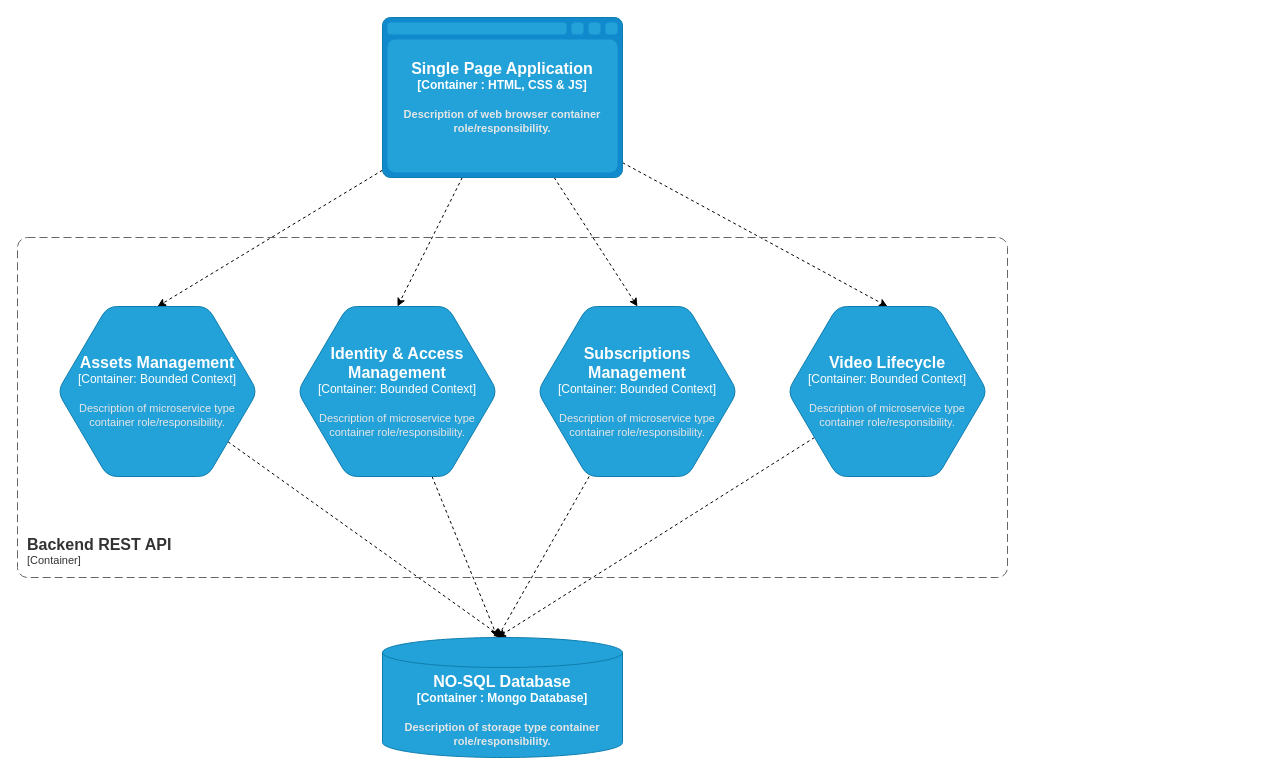
Before: page "Página-3" (3 of 6) of drawio-diagrams/Organigrama.drawio in PR2022027/.github, a draw.io diagram. Source tidied: cells renumbered, new cells numbered last; positions are measured from the earlier drawing's top-left corner, leaving out a move shared by most shapes. Both pictures are drawn from the tidied source at 100%, with x=0, y=0 at pixel (17, 17).
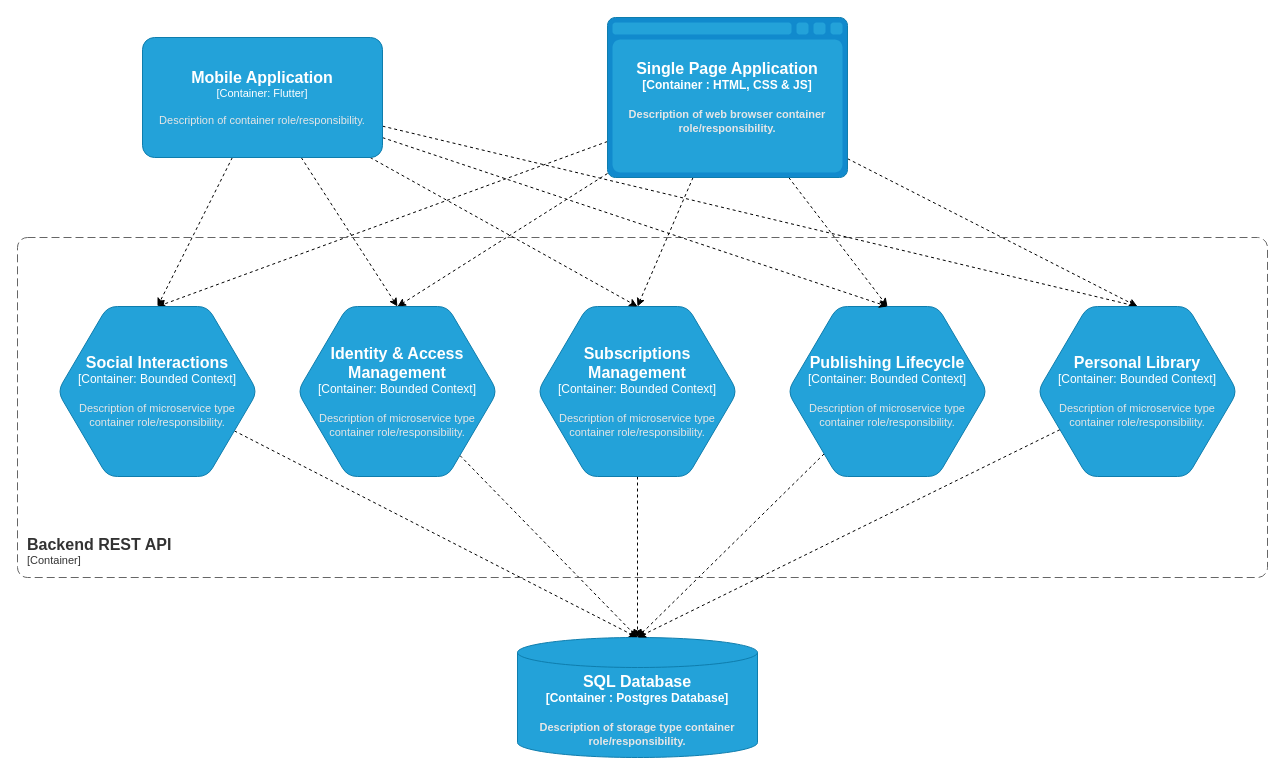
The same diagram, later.

The change refers to these unchanged cells:
```xml
<object id="10" label="&lt;font style=&quot;font-size: 16px&quot;&gt;&lt;b&gt;%c4Type%&lt;/b&gt;&lt;/font&gt;&lt;div&gt;[%c4Container%:&amp;nbsp;%c4Technology%]&lt;/div&gt;&lt;br&gt;&lt;div&gt;&lt;font style=&quot;font-size: 11px&quot;&gt;&lt;font color=&quot;#E6E6E6&quot;&gt;%c4Description%&lt;/font&gt;&lt;/div&gt;" c4Container="Container" c4Description="Description of microservice type container role/responsibility." c4Technology="Bounded Context" c4Type="Identity &amp; Access Management" placeholders="1">
  <mxCell style="shape=hexagon;size=50;perimeter=hexagonPerimeter2;whiteSpace=wrap;html=1;fixedSize=1;rounded=1;labelBackgroundColor=none;fillColor=#23A2D9;fontSize=12;fontColor=#ffffff;align=center;strokeColor=#0E7DAD;points=[[0.5,0,0],[1,0.25,0],[1,0.5,0],[1,0.75,0],[0.5,1,0],[0,0.75,0],[0,0.5,0],[0,0.25,0]];" parent="1" vertex="1">
    <mxGeometry x="280" y="289" width="200" height="170" as="geometry" />
  </mxCell>
</object>
<object id="14" label="&lt;font style=&quot;font-size: 16px&quot;&gt;&lt;b&gt;%c4Type%&lt;/b&gt;&lt;/font&gt;&lt;div&gt;[%c4Container%:&amp;nbsp;%c4Technology%]&lt;/div&gt;&lt;br&gt;&lt;div&gt;&lt;font style=&quot;font-size: 11px&quot;&gt;&lt;font color=&quot;#E6E6E6&quot;&gt;%c4Description%&lt;/font&gt;&lt;/div&gt;" c4Container="Container" c4Description="Description of microservice type container role/responsibility." c4Technology="Bounded Context" c4Type="Subscriptions Management" placeholders="1">
  <mxCell style="shape=hexagon;size=50;perimeter=hexagonPerimeter2;whiteSpace=wrap;html=1;fixedSize=1;rounded=1;labelBackgroundColor=none;fillColor=#23A2D9;fontSize=12;fontColor=#ffffff;align=center;strokeColor=#0E7DAD;points=[[0.5,0,0],[1,0.25,0],[1,0.5,0],[1,0.75,0],[0.5,1,0],[0,0.75,0],[0,0.5,0],[0,0.25,0]];" parent="1" vertex="1">
    <mxGeometry x="520" y="289" width="200" height="170" as="geometry" />
  </mxCell>
</object>
```

The edit, as a diff of the source:
```diff
@@
+    <mxCell id="17" style="rounded=0;jettySize=auto;html=1;entryX=0.5;entryY=0;entryDx=0;entryDy=0;entryPerimeter=0;dashed=1;" parent="1" edge="1" source="6" target="25">
+      <mxGeometry relative="1" as="geometry" />
+    </mxCell>
     <object id="6" label="&lt;font style=&quot;font-size: 16px&quot;&gt;&lt;b&gt;%c4Type%&lt;/font&gt;&lt;div&gt;[%c4Container%:&amp;nbsp;%c4Technology%]&lt;/div&gt;&lt;br&gt;&lt;div&gt;&lt;font style=&quot;font-size: 11px&quot;&gt;&lt;font color=&quot;#E6E6E6&quot;&gt;%c4Description%&lt;/font&gt;&lt;/div&gt;" c4Container="Container " c4Description="Description of web browser container role/responsibility." c4Technology="HTML, CSS &amp; JS" c4Type="Single Page Application" placeholders="1">
       <mxCell style="shape=mxgraph.c4.webBrowserContainer2;whiteSpace=wrap;html=1;boundedLbl=1;rounded=0;labelBackgroundColor=none;strokeColor=#118ACD;fillColor=#23A2D9;strokeColor=#118ACD;strokeColor2=#0E7DAD;fontSize=12;fontColor=#ffffff;align=center;points=[[0.5,0,0],[1,0.25,0],[1,0.5,0],[1,0.75,0],[0.5,1,0],[0,0.75,0],[0,0.5,0],[0,0.25,0]];" parent="1" vertex="1">
-        <mxGeometry x="365" width="240" height="160" as="geometry" />
+        <mxGeometry x="590" width="240" height="160" as="geometry" />
       </mxCell>
     </object>
@@
-    <object id="8" label="&lt;font style=&quot;font-size: 16px&quot;&gt;&lt;b&gt;%c4Type%&lt;/b&gt;&lt;/font&gt;&lt;div&gt;[%c4Container%:&amp;nbsp;%c4Technology%]&lt;/div&gt;&lt;br&gt;&lt;div&gt;&lt;font style=&quot;font-size: 11px&quot;&gt;&lt;font color=&quot;#E6E6E6&quot;&gt;%c4Description%&lt;/font&gt;&lt;/div&gt;" c4Container="Container" c4Description="Description of microservice type container role/responsibility." c4Technology="Bounded Context" c4Type="Assets Management" placeholders="1">
+    <object id="8" label="&lt;font style=&quot;font-size: 16px&quot;&gt;&lt;b&gt;%c4Type%&lt;/b&gt;&lt;/font&gt;&lt;div&gt;[%c4Container%:&amp;nbsp;%c4Technology%]&lt;/div&gt;&lt;br&gt;&lt;div&gt;&lt;font style=&quot;font-size: 11px&quot;&gt;&lt;font color=&quot;#E6E6E6&quot;&gt;%c4Description%&lt;/font&gt;&lt;/div&gt;" c4Container="Container" c4Description="Description of microservice type container role/responsibility." c4Technology="Bounded Context" c4Type="Social Interactions" placeholders="1">
       <mxCell style="shape=hexagon;size=50;perimeter=hexagonPerimeter2;whiteSpace=wrap;html=1;fixedSize=1;rounded=1;labelBackgroundColor=none;fillColor=#23A2D9;fontSize=12;fontColor=#ffffff;align=center;strokeColor=#0E7DAD;points=[[0.5,0,0],[1,0.25,0],[1,0.5,0],[1,0.75,0],[0.5,1,0],[0,0.75,0],[0,0.5,0],[0,0.25,0]];" parent="1" vertex="1">
         <mxGeometry x="40" y="289" width="200" height="170" as="geometry" />
       </mxCell>
     </object>
-    <mxCell id="9" style="edgeStyle=none;rounded=0;jettySize=auto;html=1;dashed=1;" parent="1" edge="1" source="10">
-      <mxGeometry relative="1" as="geometry">
-        <mxPoint x="480" y="620" as="targetPoint" />
-      </mxGeometry>
+    <mxCell id="9" style="edgeStyle=none;rounded=0;jettySize=auto;html=1;dashed=1;entryX=0.5;entryY=0;entryDx=0;entryDy=0;entryPerimeter=0;" parent="1" edge="1" source="10" target="16">
+      <mxGeometry relative="1" as="geometry" />
     </mxCell>
@@
-    <mxCell id="11" style="edgeStyle=none;rounded=0;jettySize=auto;html=1;dashed=1;" parent="1" edge="1" source="12">
-      <mxGeometry relative="1" as="geometry">
-        <mxPoint x="480" y="620" as="targetPoint" />
-      </mxGeometry>
+    <mxCell id="11" style="edgeStyle=none;rounded=0;jettySize=auto;html=1;dashed=1;entryX=0.5;entryY=0;entryDx=0;entryDy=0;entryPerimeter=0;" parent="1" edge="1" source="12" target="16">
+      <mxGeometry relative="1" as="geometry" />
     </mxCell>
-    <object id="12" label="&lt;font style=&quot;font-size: 16px&quot;&gt;&lt;b&gt;%c4Type%&lt;/b&gt;&lt;/font&gt;&lt;div&gt;[%c4Container%:&amp;nbsp;%c4Technology%]&lt;/div&gt;&lt;br&gt;&lt;div&gt;&lt;font style=&quot;font-size: 11px&quot;&gt;&lt;font color=&quot;#E6E6E6&quot;&gt;%c4Description%&lt;/font&gt;&lt;/div&gt;" c4Container="Container" c4Description="Description of microservice type container role/responsibility." c4Technology="Bounded Context" c4Type="Video Lifecycle" placeholders="1">
+    <object id="12" label="&lt;font style=&quot;font-size: 16px&quot;&gt;&lt;b&gt;%c4Type%&lt;/b&gt;&lt;/font&gt;&lt;div&gt;[%c4Container%:&amp;nbsp;%c4Technology%]&lt;/div&gt;&lt;br&gt;&lt;div&gt;&lt;font style=&quot;font-size: 11px&quot;&gt;&lt;font color=&quot;#E6E6E6&quot;&gt;%c4Description%&lt;/font&gt;&lt;/div&gt;" c4Container="Container" c4Description="Description of microservice type container role/responsibility." c4Technology="Bounded Context" c4Type="Publishing Lifecycle" placeholders="1">
       <mxCell style="shape=hexagon;size=50;perimeter=hexagonPerimeter2;whiteSpace=wrap;html=1;fixedSize=1;rounded=1;labelBackgroundColor=none;fillColor=#23A2D9;fontSize=12;fontColor=#ffffff;align=center;strokeColor=#0E7DAD;points=[[0.5,0,0],[1,0.25,0],[1,0.5,0],[1,0.75,0],[0.5,1,0],[0,0.75,0],[0,0.5,0],[0,0.25,0]];" parent="1" vertex="1">
         <mxGeometry x="770" y="289" width="200" height="170" as="geometry" />
       </mxCell>
     </object>
-    <mxCell id="13" style="edgeStyle=none;rounded=0;jettySize=auto;html=1;dashed=1;" parent="1" edge="1" source="14">
-      <mxGeometry relative="1" as="geometry">
-        <mxPoint x="480" y="620" as="targetPoint" />
-      </mxGeometry>
+    <mxCell id="13" style="edgeStyle=none;rounded=0;jettySize=auto;html=1;dashed=1;entryX=0.5;entryY=0;entryDx=0;entryDy=0;entryPerimeter=0;" parent="1" edge="1" source="14" target="16">
+      <mxGeometry relative="1" as="geometry" />
     </mxCell>
@@
     <object id="15" label="&lt;font style=&quot;font-size: 16px&quot;&gt;&lt;b&gt;&lt;div style=&quot;text-align: left&quot;&gt;%c4Name%&lt;/div&gt;&lt;/b&gt;&lt;/font&gt;&lt;div style=&quot;text-align: left&quot;&gt;[%c4Application%]&lt;/div&gt;" c4Application="Container" c4Name="Backend REST API" placeholders="1">
       <mxCell style="rounded=1;fontSize=11;whiteSpace=wrap;html=1;dashed=1;arcSize=20;fillColor=none;strokeColor=#666666;fontColor=#333333;labelBackgroundColor=none;align=left;verticalAlign=bottom;labelBorderColor=none;spacingTop=0;spacing=10;dashPattern=8 4;perimeter=rectanglePerimeter;noLabel=0;labelPadding=0;absoluteArcSize=1;" parent="1" vertex="1">
-        <mxGeometry y="220" width="990" height="340" as="geometry" />
+        <mxGeometry y="220" width="1250" height="340" as="geometry" />
       </mxCell>
     </object>
-    <object id="16" label="&lt;font style=&quot;font-size: 16px&quot;&gt;&lt;b&gt;%c4Type%&lt;/font&gt;&lt;div&gt;[%c4Container%:&amp;nbsp;%c4Technology%]&lt;/div&gt;&lt;br&gt;&lt;div&gt;&lt;font style=&quot;font-size: 11px&quot;&gt;&lt;font color=&quot;#E6E6E6&quot;&gt;%c4Description%&lt;/font&gt;&lt;/div&gt;" c4Container="Container " c4Description="Description of storage type container role/responsibility." c4Technology="Mongo Database" c4Type="NO-SQL Database" placeholders="1">
+    <object id="16" label="&lt;font style=&quot;font-size: 16px&quot;&gt;&lt;b&gt;%c4Type%&lt;/font&gt;&lt;div&gt;[%c4Container%:&amp;nbsp;%c4Technology%]&lt;/div&gt;&lt;br&gt;&lt;div&gt;&lt;font style=&quot;font-size: 11px&quot;&gt;&lt;font color=&quot;#E6E6E6&quot;&gt;%c4Description%&lt;/font&gt;&lt;/div&gt;" c4Container="Container " c4Description="Description of storage type container role/responsibility." c4Technology="Postgres Database" c4Type="SQL Database" placeholders="1">
       <mxCell style="shape=cylinder3;size=15;whiteSpace=wrap;html=1;boundedLbl=1;rounded=0;labelBackgroundColor=none;fillColor=#23A2D9;fontSize=12;fontColor=#ffffff;align=center;strokeColor=#0E7DAD;points=[[0.5,0,0],[1,0.25,0],[1,0.5,0],[1,0.75,0],[0.5,1,0],[0,0.75,0],[0,0.5,0],[0,0.25,0]];" parent="1" vertex="1">
-        <mxGeometry x="365" y="620" width="240" height="120" as="geometry" />
+        <mxGeometry x="500" y="620" width="240" height="120" as="geometry" />
       </mxCell>
     </object>
+    <mxCell id="18" style="edgeStyle=none;rounded=0;jettySize=auto;html=1;entryX=0.5;entryY=0;entryDx=0;entryDy=0;entryPerimeter=0;dashed=1;" parent="1" edge="1" source="23" target="8">
+      <mxGeometry relative="1" as="geometry" />
+    </mxCell>
+    <mxCell id="19" style="edgeStyle=none;rounded=0;jettySize=auto;html=1;entryX=0.5;entryY=0;entryDx=0;entryDy=0;entryPerimeter=0;dashed=1;" parent="1" edge="1" source="23" target="10">
+      <mxGeometry relative="1" as="geometry" />
+    </mxCell>
+    <mxCell id="20" style="edgeStyle=none;rounded=0;jettySize=auto;html=1;entryX=0.5;entryY=0;entryDx=0;entryDy=0;entryPerimeter=0;dashed=1;" parent="1" edge="1" source="23" target="14">
+      <mxGeometry relative="1" as="geometry" />
+    </mxCell>
+    <mxCell id="21" style="edgeStyle=none;rounded=0;jettySize=auto;html=1;entryX=0.5;entryY=0;entryDx=0;entryDy=0;entryPerimeter=0;dashed=1;" parent="1" edge="1" source="23" target="12">
+      <mxGeometry relative="1" as="geometry" />
+    </mxCell>
+    <mxCell id="22" style="edgeStyle=none;rounded=0;jettySize=auto;html=1;entryX=0.5;entryY=0;entryDx=0;entryDy=0;entryPerimeter=0;dashed=1;" parent="1" edge="1" source="23" target="25">
+      <mxGeometry relative="1" as="geometry" />
+    </mxCell>
+    <object id="23" label="&lt;font style=&quot;font-size: 16px&quot;&gt;&lt;b&gt;%c4Name%&lt;/b&gt;&lt;/font&gt;&lt;div&gt;[%c4Type%: %c4Technology%]&lt;/div&gt;&lt;br&gt;&lt;div&gt;&lt;font style=&quot;font-size: 11px&quot;&gt;&lt;font color=&quot;#E6E6E6&quot;&gt;%c4Description%&lt;/font&gt;&lt;/div&gt;" c4Description="Description of container role/responsibility." c4Name="Mobile Application" c4Technology="Flutter" c4Type="Container" placeholders="1">
+      <mxCell style="rounded=1;whiteSpace=wrap;html=1;fontSize=11;labelBackgroundColor=none;fillColor=#23A2D9;fontColor=#ffffff;align=center;arcSize=10;strokeColor=#0E7DAD;points=[[0.25,0,0],[0.5,0,0],[0.75,0,0],[1,0.25,0],[1,0.5,0],[1,0.75,0],[0.75,1,0],[0.5,1,0],[0.25,1,0],[0,0.75,0],[0,0.5,0],[0,0.25,0]];" parent="1" vertex="1">
+        <mxGeometry x="125" y="20" width="240" height="120" as="geometry" />
+      </mxCell>
+    </object>
+    <mxCell id="24" style="edgeStyle=none;rounded=0;jettySize=auto;html=1;entryX=0.5;entryY=0;entryDx=0;entryDy=0;entryPerimeter=0;dashed=1;" parent="1" edge="1" source="25" target="16">
+      <mxGeometry relative="1" as="geometry" />
+    </mxCell>
+    <object id="25" label="&lt;font style=&quot;font-size: 16px&quot;&gt;&lt;b&gt;%c4Type%&lt;/b&gt;&lt;/font&gt;&lt;div&gt;[%c4Container%:&amp;nbsp;%c4Technology%]&lt;/div&gt;&lt;br&gt;&lt;div&gt;&lt;font style=&quot;font-size: 11px&quot;&gt;&lt;font color=&quot;#E6E6E6&quot;&gt;%c4Description%&lt;/font&gt;&lt;/div&gt;" c4Container="Container" c4Description="Description of microservice type container role/responsibility." c4Technology="Bounded Context" c4Type="Personal Library" placeholders="1">
+      <mxCell style="shape=hexagon;size=50;perimeter=hexagonPerimeter2;whiteSpace=wrap;html=1;fixedSize=1;rounded=1;labelBackgroundColor=none;fillColor=#23A2D9;fontSize=12;fontColor=#ffffff;align=center;strokeColor=#0E7DAD;points=[[0.5,0,0],[1,0.25,0],[1,0.5,0],[1,0.75,0],[0.5,1,0],[0,0.75,0],[0,0.5,0],[0,0.25,0]];" parent="1" vertex="1">
+        <mxGeometry x="1020" y="289" width="200" height="170" as="geometry" />
+      </mxCell>
+    </object>
```
